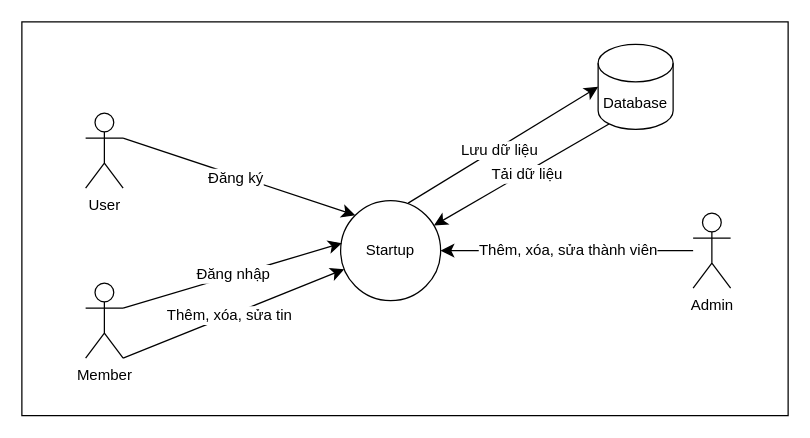
Earlier version of the draw.io diagram page "SystemContext" (1 of 2) of Startup_SystemContextDiagram.drawio (notHisu/StartupViet). Source tidied: cells renumbered, new cells numbered last; positions are measured from the earlier drawing's top-left corner, leaving out a move shared by most shapes. Both pictures are drawn from the tidied source at 125%, with x=0, y=0 at pixel (21, 21).
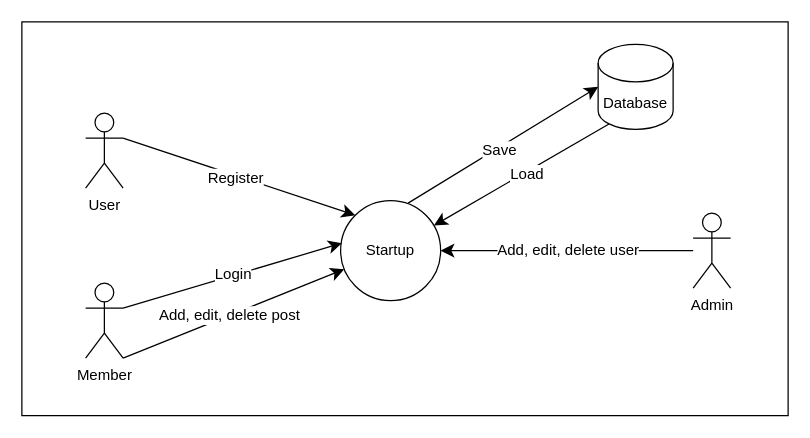
The same diagram, later.

The change refers to these unchanged cells:
```xml
<mxCell id="3" style="edgeStyle=none;curved=1;rounded=0;jettySize=auto;html=1;exitX=1;exitY=0.3333333333333333;exitDx=0;exitDy=0;exitPerimeter=0;entryX=0;entryY=0;entryDx=0;entryDy=0;fontSize=12;startSize=8;endSize=8;" parent="1" edge="1" source="5" target="9">
  <mxGeometry relative="1" as="geometry" />
</mxCell>
<mxCell id="6" style="edgeStyle=none;curved=1;rounded=0;jettySize=auto;html=1;exitX=1;exitY=1;exitDx=0;exitDy=0;exitPerimeter=0;fontSize=12;startSize=8;endSize=8;" parent="1" edge="1" source="8" target="9">
  <mxGeometry relative="1" as="geometry" />
</mxCell>
<mxCell id="10" style="edgeStyle=none;curved=1;rounded=0;jettySize=auto;html=1;exitX=1;exitY=0.3333333333333333;exitDx=0;exitDy=0;exitPerimeter=0;entryX=0.013;entryY=0.425;entryDx=0;entryDy=0;entryPerimeter=0;fontSize=12;startSize=8;endSize=8;" parent="1" edge="1" source="8" target="9">
  <mxGeometry relative="1" as="geometry" />
</mxCell>
<mxCell id="12" style="edgeStyle=none;curved=1;rounded=0;jettySize=auto;html=1;entryX=1;entryY=0.5;entryDx=0;entryDy=0;fontSize=12;startSize=8;endSize=8;" parent="1" edge="1" source="14" target="9">
  <mxGeometry relative="1" as="geometry" />
</mxCell>
<mxCell id="15" style="edgeStyle=none;curved=1;rounded=0;jettySize=auto;html=1;exitX=0.145;exitY=1;exitDx=0;exitDy=-4.35;exitPerimeter=0;fontSize=12;startSize=8;endSize=8;" parent="1" edge="1" source="17" target="9">
  <mxGeometry relative="1" as="geometry" />
</mxCell>
<mxCell id="18" style="edgeStyle=none;curved=1;rounded=0;jettySize=auto;html=1;exitX=0.675;exitY=0.025;exitDx=0;exitDy=0;entryX=0;entryY=0.5;entryDx=0;entryDy=0;entryPerimeter=0;fontSize=12;startSize=8;endSize=8;exitPerimeter=0;" parent="1" edge="1" source="9" target="17">
  <mxGeometry relative="1" as="geometry" />
</mxCell>
```

What changed in the source:
```diff
@@
-    <mxCell id="4" value="Đăng ký" style="edgeLabel;html=1;align=center;verticalAlign=middle;fontSize=12;" parent="3" vertex="1">
+    <mxCell id="4" value="Register" style="edgeLabel;html=1;align=center;verticalAlign=middle;fontSize=12;" parent="3" vertex="1">
       <mxGeometry x="-0.03" y="-2" relative="1" as="geometry" />
     </mxCell>
@@
-    <mxCell id="7" value="Thêm, xóa, sửa tin" style="edgeLabel;html=1;align=center;verticalAlign=middle;fontSize=12;" parent="6" vertex="1">
+    <mxCell id="7" value="Add, edit, delete post" style="edgeLabel;html=1;align=center;verticalAlign=middle;fontSize=12;" parent="6" vertex="1">
       <mxGeometry x="-0.05" y="1" relative="1" as="geometry" />
     </mxCell>
@@
-    <mxCell id="11" value="Đăng nhập" style="edgeLabel;html=1;align=center;verticalAlign=middle;fontSize=12;" parent="10" vertex="1">
+    <mxCell id="11" value="Login" style="edgeLabel;html=1;align=center;verticalAlign=middle;fontSize=12;" parent="10" vertex="1">
       <mxGeometry x="0.01" y="1" relative="1" as="geometry" />
     </mxCell>
@@
-    <mxCell id="13" value="Thêm, xóa, sửa thành viên" style="edgeLabel;html=1;align=center;verticalAlign=middle;fontSize=12;" parent="12" vertex="1">
+    <mxCell id="13" value="Add, edit, delete user" style="edgeLabel;html=1;align=center;verticalAlign=middle;fontSize=12;" parent="12" vertex="1">
       <mxGeometry x="0.01" y="-1" relative="1" as="geometry">
         <mxPoint x="1" as="offset" />
       </mxGeometry>
     </mxCell>
@@
-    <mxCell id="16" value="Tải dữ liệu" style="edgeLabel;html=1;align=center;verticalAlign=middle;fontSize=12;" parent="15" vertex="1">
+    <mxCell id="16" value="Load" style="edgeLabel;html=1;align=center;verticalAlign=middle;fontSize=12;" parent="15" vertex="1">
       <mxGeometry x="-0.05" y="1" relative="1" as="geometry" />
     </mxCell>
@@
-    <mxCell id="19" value="Lưu dữ liệu" style="edgeLabel;html=1;align=center;verticalAlign=middle;fontSize=12;" parent="18" vertex="1">
+    <mxCell id="19" value="Save" style="edgeLabel;html=1;align=center;verticalAlign=middle;fontSize=12;" parent="18" vertex="1">
       <mxGeometry x="-0.06" y="-2" relative="1" as="geometry" />
     </mxCell>
```
